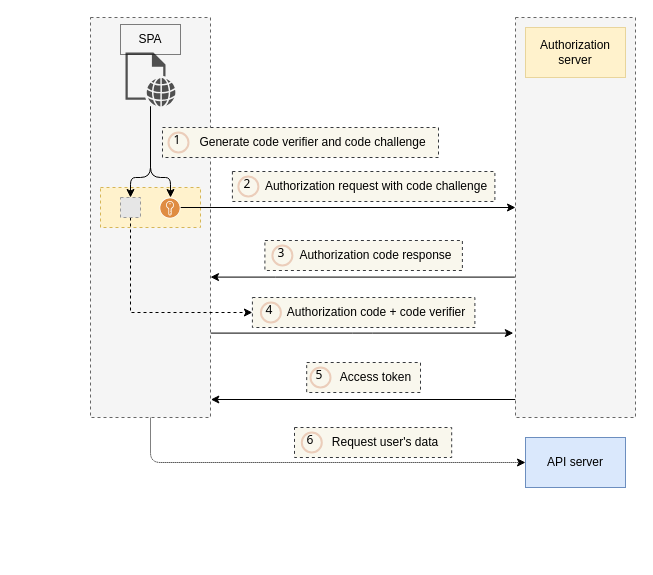
abunuwas/microservices-apis-img keeps this draw.io diagram as page "11.2" (2 of 15) of ch11.drawio. Above is the earlier version. Source tidied: cells renumbered, new cells numbered last; positions are measured from the earlier drawing's top-left corner, leaving out a move shared by most shapes. Both pictures are drawn from the tidied source at 100%, with x=0, y=0 at pixel (90, 17). Pictures stored in the file or linked from it are replaced by grey dashed boxes.
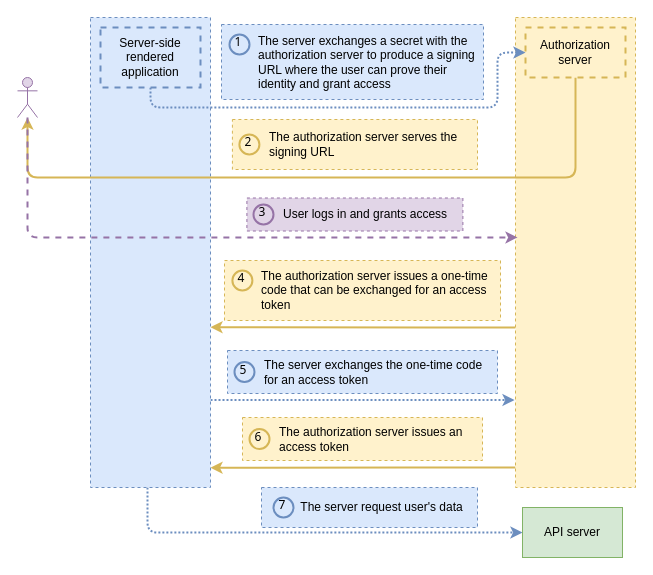
The same page after the edit.

Change to the diagram source:
```diff
@@
-    <mxCell id="2" style="edgeStyle=orthogonalEdgeStyle;rounded=0;jettySize=auto;html=1;entryX=1.003;entryY=0.955;entryDx=0;entryDy=0;entryPerimeter=0;" parent="1" edge="1" source="3" target="6">
-      <mxGeometry relative="1" as="geometry">
-        <Array as="points">
-          <mxPoint x="120" y="381" />
-        </Array>
-      </mxGeometry>
-    </mxCell>
+    <mxCell id="31" style="edgeStyle=orthogonalEdgeStyle;rounded=1;jettySize=auto;html=1;entryX=1;entryY=0.659;entryDx=0;entryDy=0;entryPerimeter=0;strokeColor=#d6b656;strokeWidth=2;fillColor=#fff2cc;" parent="1" edge="1" source="3" target="6">
+      <mxGeometry relative="1" as="geometry">
+        <Array as="points">
+          <mxPoint x="347" y="310" />
+          <mxPoint x="347" y="310" />
+        </Array>
+      </mxGeometry>
+    </mxCell>
+    <mxCell id="32" style="edgeStyle=orthogonalEdgeStyle;rounded=1;jettySize=auto;html=1;entryX=1;entryY=0.958;entryDx=0;entryDy=0;entryPerimeter=0;strokeColor=#d6b656;strokeWidth=2;fillColor=#fff2cc;" parent="1" edge="1" source="3" target="6">
+      <mxGeometry relative="1" as="geometry">
+        <Array as="points">
+          <mxPoint x="327" y="450" />
+          <mxPoint x="327" y="450" />
+        </Array>
+      </mxGeometry>
+    </mxCell>
-    <mxCell id="3" style="rounded=0;whiteSpace=wrap;html=1;strokeColor=#666666;dashed=1;fillColor=#f5f5f5;fontColor=#333333;" parent="1" vertex="1">
-      <mxGeometry x="425" width="120" height="400" as="geometry" />
+    <mxCell id="3" style="rounded=0;whiteSpace=wrap;html=1;strokeColor=#d6b656;dashed=1;fillColor=#fff2cc;" parent="1" vertex="1">
+      <mxGeometry x="425" width="120" height="470" as="geometry" />
     </mxCell>
-    <mxCell id="4" style="edgeStyle=orthogonalEdgeStyle;rounded=1;jettySize=auto;html=1;entryX=0;entryY=0.5;entryDx=0;entryDy=0;dashed=1;dashPattern=1 1;" parent="1" edge="1" source="6" target="13">
+    <mxCell id="4" style="edgeStyle=orthogonalEdgeStyle;rounded=1;jettySize=auto;html=1;entryX=0;entryY=0.5;entryDx=0;entryDy=0;fillColor=#dae8fc;strokeColor=#6c8ebf;strokeWidth=2;dashed=1;dashPattern=1 1;" parent="1" edge="1" target="13">
       <mxGeometry relative="1" as="geometry">
+        <mxPoint x="57" y="470" as="sourcePoint" />
         <Array as="points">
-          <mxPoint x="60" y="445" />
+          <mxPoint x="57" y="515" />
         </Array>
       </mxGeometry>
     </mxCell>
-    <mxCell id="5" style="edgeStyle=orthogonalEdgeStyle;rounded=1;jettySize=auto;html=1;entryX=-0.018;entryY=0.789;entryDx=0;entryDy=0;entryPerimeter=0;" parent="1" edge="1" source="6" target="3">
+    <mxCell id="5" style="edgeStyle=orthogonalEdgeStyle;rounded=1;jettySize=auto;html=1;entryX=-0.008;entryY=0.814;entryDx=0;entryDy=0;entryPerimeter=0;strokeColor=#6c8ebf;strokeWidth=2;fillColor=#dae8fc;dashed=1;dashPattern=1 1;" parent="1" edge="1" source="6" target="3">
       <mxGeometry relative="1" as="geometry">
         <Array as="points">
-          <mxPoint x="272" y="316" />
+          <mxPoint x="272" y="383" />
         </Array>
       </mxGeometry>
     </mxCell>
-    <mxCell id="6" style="rounded=0;whiteSpace=wrap;html=1;strokeColor=#666666;dashed=1;fillColor=#f5f5f5;fontColor=#333333;" parent="1" vertex="1">
-      <mxGeometry width="120" height="400" as="geometry" />
+    <mxCell id="6" style="rounded=0;whiteSpace=wrap;html=1;strokeColor=#6c8ebf;dashed=1;fillColor=#dae8fc;" parent="1" vertex="1">
+      <mxGeometry width="120" height="470" as="geometry" />
     </mxCell>
-    <mxCell id="7" style="rounded=0;whiteSpace=wrap;html=1;dashed=1;fillColor=#fff2cc;strokeColor=#d6b656;" parent="1" vertex="1">
-      <mxGeometry x="10" y="170" width="100" height="40" as="geometry" />
-    </mxCell>
-    <mxCell id="8" style="edgeStyle=orthogonalEdgeStyle;rounded=1;jettySize=auto;html=1;" parent="1" edge="1" source="10" target="17">
-      <mxGeometry relative="1" as="geometry">
-        <Array as="points">
-          <mxPoint x="60" y="160" />
-          <mxPoint x="40" y="160" />
-        </Array>
-      </mxGeometry>
-    </mxCell>
-    <mxCell id="9" style="edgeStyle=orthogonalEdgeStyle;rounded=1;jettySize=auto;html=1;" parent="1" edge="1" source="10" target="15">
-      <mxGeometry relative="1" as="geometry">
-        <Array as="points">
-          <mxPoint x="60" y="160" />
-          <mxPoint x="80" y="160" />
-        </Array>
-      </mxGeometry>
-    </mxCell>
-    <mxCell id="10" style="sketch=0;shadow=0;dashed=0;html=1;strokeColor=none;fillColor=#505050;labelPosition=center;verticalLabelPosition=bottom;verticalAlign=top;outlineConnect=0;align=center;shape=mxgraph.office.concepts.web_page;" parent="1" vertex="1">
-      <mxGeometry x="35" y="35" width="50" height="54" as="geometry" />
-    </mxCell>
-    <mxCell id="11" style="edgeStyle=orthogonalEdgeStyle;rounded=0;jettySize=auto;html=1;exitX=-0.005;exitY=0.649;exitDx=0;exitDy=0;exitPerimeter=0;" parent="1" edge="1" source="3" target="6">
-      <mxGeometry relative="1" as="geometry">
-        <Array as="points">
-          <mxPoint x="185" y="260" />
-          <mxPoint x="185" y="260" />
-        </Array>
-      </mxGeometry>
-    </mxCell>
+    <mxCell id="33" style="edgeStyle=orthogonalEdgeStyle;rounded=1;jettySize=auto;html=1;strokeColor=#d6b656;strokeWidth=2;fillColor=#fff2cc;" parent="1" edge="1" source="12" target="35">
+      <mxGeometry relative="1" as="geometry">
+        <Array as="points">
+          <mxPoint x="485" y="160" />
+          <mxPoint x="-63" y="160" />
+        </Array>
+      </mxGeometry>
+    </mxCell>
-    <mxCell id="12" value="Authorization server" style="rounded=0;whiteSpace=wrap;html=1;dashed=1;dashPattern=1 1;fillColor=#fff2cc;strokeColor=#d6b656;" parent="1" vertex="1">
+    <mxCell id="12" value="Authorization server" style="rounded=0;whiteSpace=wrap;html=1;dashed=1;fillColor=#fff2cc;strokeColor=#d6b656;strokeWidth=2;" parent="1" vertex="1">
       <mxGeometry x="435" y="10" width="100" height="50" as="geometry" />
     </mxCell>
-    <mxCell id="13" value="API server" style="rounded=0;whiteSpace=wrap;html=1;fillColor=#dae8fc;strokeColor=#6c8ebf;" parent="1" vertex="1">
-      <mxGeometry x="435" y="420" width="100" height="50" as="geometry" />
+    <mxCell id="13" value="API server" style="rounded=0;whiteSpace=wrap;html=1;fillColor=#d5e8d4;strokeColor=#82b366;" parent="1" vertex="1">
+      <mxGeometry x="432" y="490" width="100" height="50" as="geometry" />
     </mxCell>
-    <mxCell id="14" style="edgeStyle=orthogonalEdgeStyle;rounded=0;jettySize=auto;html=1;" parent="1" edge="1" source="15">
-      <mxGeometry relative="1" as="geometry">
-        <mxPoint x="425" y="190" as="targetPoint" />
-      </mxGeometry>
-    </mxCell>
-    <mxCell id="15" style="sketch=0;shadow=0;dashed=0;html=1;strokeColor=none;fillColor=#DF8C42;labelPosition=center;verticalLabelPosition=bottom;verticalAlign=top;align=center;outlineConnect=0;shape=mxgraph.veeam2.encrypted;" parent="1" vertex="1">
-      <mxGeometry x="69" y="180" width="21" height="21" as="geometry" />
-    </mxCell>
-    <mxCell id="16" style="edgeStyle=orthogonalEdgeStyle;rounded=0;jettySize=auto;html=1;entryX=0;entryY=0.5;entryDx=0;entryDy=0;dashed=1;" parent="1" edge="1" source="17" target="25">
-      <mxGeometry relative="1" as="geometry">
-        <Array as="points">
-          <mxPoint x="40" y="295" />
-        </Array>
-      </mxGeometry>
-    </mxCell>
-    <mxCell id="17" style="fillColor=#E6E6E6;strokeColor=#999999;dashed=1;html=1;verticalAlign=top;verticalLabelPosition=bottom;labelBackgroundColor=#ffffff;" parent="1" vertex="1">
-      <mxGeometry x="30" y="180" width="20" height="20" as="geometry" />
-    </mxCell>
-    <mxCell id="18" value="SPA" style="text;html=1;strokeColor=default;fillColor=none;align=center;verticalAlign=middle;whiteSpace=wrap;rounded=0;dashed=1;dashPattern=1 1;" parent="1" vertex="1">
-      <mxGeometry x="30" y="7" width="60" height="30" as="geometry" />
-    </mxCell>
-    <mxCell id="19" value="Generate code verifier and code challenge" style="text;html=1;strokeColor=#36393d;fillColor=#f9f7ed;align=center;verticalAlign=middle;whiteSpace=wrap;rounded=0;dashed=1;spacingLeft=25;" parent="1" vertex="1">
-      <mxGeometry x="72" y="110" width="276" height="30" as="geometry" />
+    <mxCell id="19" value="&lt;span style=&quot;&quot;&gt;The server exchanges a secret with the authorization server to produce a signing URL where the user can prove their identity and grant access&lt;/span&gt;" style="text;html=1;strokeColor=#6c8ebf;fillColor=#dae8fc;align=left;verticalAlign=middle;whiteSpace=wrap;rounded=0;dashed=1;spacingLeft=35;" parent="1" vertex="1">
+      <mxGeometry x="131" y="7" width="262" height="75" as="geometry" />
     </mxCell>
-    <mxCell id="20" value="1" style="ellipse;whiteSpace=wrap;html=1;strokeWidth=2;fontFamily=Tahoma;spacingBottom=4;spacingRight=2;strokeColor=#EBCDBA;fillColor=#f9f7ed;" parent="1" vertex="1">
-      <mxGeometry x="78" y="115" width="20" height="20" as="geometry" />
+    <mxCell id="20" value="1" style="ellipse;whiteSpace=wrap;html=1;strokeWidth=2;fontFamily=Tahoma;spacingBottom=4;spacingRight=2;strokeColor=#6c8ebf;fillColor=#dae8fc;" parent="1" vertex="1">
+      <mxGeometry x="139" y="17" width="20" height="20" as="geometry" />
     </mxCell>
-    <mxCell id="21" value="Authorization request with code challenge" style="text;html=1;strokeColor=#36393d;fillColor=#f9f7ed;align=center;verticalAlign=middle;whiteSpace=wrap;rounded=0;dashed=1;spacingLeft=25;" parent="1" vertex="1">
-      <mxGeometry x="141.9" y="154" width="262.5" height="30" as="geometry" />
+    <mxCell id="21" value="&lt;span style=&quot;text-align: center;&quot;&gt;The authorization server serves the signing URL&lt;/span&gt;" style="text;html=1;strokeColor=#d6b656;fillColor=#fff2cc;align=left;verticalAlign=middle;whiteSpace=wrap;rounded=0;dashed=1;spacingLeft=35;spacingRight=10;" parent="1" vertex="1">
+      <mxGeometry x="141.9" y="102" width="245.1" height="50" as="geometry" />
     </mxCell>
-    <mxCell id="22" value="2" style="ellipse;whiteSpace=wrap;html=1;strokeWidth=2;fontFamily=Tahoma;spacingBottom=4;spacingRight=2;strokeColor=#EBCDBA;fillColor=#f9f7ed;" parent="1" vertex="1">
-      <mxGeometry x="147.9" y="159" width="20" height="20" as="geometry" />
+    <mxCell id="22" value="2" style="ellipse;whiteSpace=wrap;html=1;strokeWidth=2;fontFamily=Tahoma;spacingBottom=4;spacingRight=2;strokeColor=#d6b656;fillColor=#fff2cc;" parent="1" vertex="1">
+      <mxGeometry x="148.9" y="117" width="20" height="20" as="geometry" />
     </mxCell>
-    <mxCell id="23" value="Authorization code response" style="text;html=1;strokeColor=#36393d;fillColor=#f9f7ed;align=center;verticalAlign=middle;whiteSpace=wrap;rounded=0;dashed=1;spacingLeft=25;" parent="1" vertex="1">
-      <mxGeometry x="174.4" y="223" width="197.5" height="30" as="geometry" />
-    </mxCell>
+    <mxCell id="29" value="The server request user's data" style="text;html=1;strokeColor=#6c8ebf;fillColor=#dae8fc;align=center;verticalAlign=middle;whiteSpace=wrap;rounded=0;dashed=1;spacingLeft=25;" parent="1" vertex="1">
+      <mxGeometry x="171" y="470" width="216" height="40" as="geometry" />
+    </mxCell>
+    <mxCell id="34" style="edgeStyle=orthogonalEdgeStyle;rounded=1;jettySize=auto;html=1;entryX=0.017;entryY=0.468;entryDx=0;entryDy=0;entryPerimeter=0;strokeColor=#9673a6;strokeWidth=2;fillColor=#e1d5e7;dashed=1;" parent="1" edge="1" source="35" target="3">
+      <mxGeometry relative="1" as="geometry">
+        <Array as="points">
+          <mxPoint x="-63" y="220" />
+        </Array>
+      </mxGeometry>
+    </mxCell>
+    <mxCell id="35" style="shape=umlActor;verticalLabelPosition=bottom;verticalAlign=top;html=1;outlineConnect=0;strokeColor=#9673a6;strokeWidth=1;fillColor=#e1d5e7;" parent="1" vertex="1">
+      <mxGeometry x="-73" y="60" width="20" height="40" as="geometry" />
+    </mxCell>
+    <mxCell id="36" value="&lt;span style=&quot;&quot;&gt;User logs in and grants access&lt;/span&gt;" style="text;html=1;strokeColor=#9673a6;fillColor=#e1d5e7;align=left;verticalAlign=middle;whiteSpace=wrap;rounded=0;dashed=1;spacingLeft=35;spacingRight=10;" parent="1" vertex="1">
+      <mxGeometry x="156.4" y="180.5" width="216" height="33" as="geometry" />
+    </mxCell>
+    <mxCell id="37" value="&lt;span style=&quot;&quot;&gt;The authorization server issues a one-time code that can be exchanged for an access token&lt;/span&gt;" style="text;html=1;strokeColor=#d6b656;fillColor=#fff2cc;align=left;verticalAlign=middle;whiteSpace=wrap;rounded=0;dashed=1;spacingLeft=35;spacingRight=10;" parent="1" vertex="1">
+      <mxGeometry x="134" y="243" width="276" height="60" as="geometry" />
+    </mxCell>
+    <mxCell id="38" value="&lt;span style=&quot;&quot;&gt;The server exchanges the one-time code for an access token&lt;/span&gt;" style="text;html=1;strokeColor=#6c8ebf;fillColor=#dae8fc;align=left;verticalAlign=middle;whiteSpace=wrap;rounded=0;dashed=1;spacingLeft=35;spacingRight=10;" parent="1" vertex="1">
+      <mxGeometry x="137" y="333" width="270" height="43" as="geometry" />
+    </mxCell>
+    <mxCell id="39" value="&lt;span style=&quot;&quot;&gt;The authorization server issues an access token&lt;/span&gt;" style="text;html=1;strokeColor=#d6b656;fillColor=#fff2cc;align=left;verticalAlign=middle;whiteSpace=wrap;rounded=0;dashed=1;spacingLeft=35;spacingRight=10;" parent="1" vertex="1">
+      <mxGeometry x="152" y="400" width="240" height="43" as="geometry" />
+    </mxCell>
+    <mxCell id="40" style="edgeStyle=orthogonalEdgeStyle;rounded=1;jettySize=auto;html=1;strokeColor=#6c8ebf;strokeWidth=2;fillColor=#dae8fc;dashed=1;dashPattern=1 1;" parent="1" edge="1" source="41" target="12">
+      <mxGeometry relative="1" as="geometry">
+        <Array as="points">
+          <mxPoint x="60" y="90" />
+          <mxPoint x="407" y="90" />
+          <mxPoint x="407" y="35" />
+        </Array>
+      </mxGeometry>
+    </mxCell>
+    <mxCell id="41" value="Server-side rendered application" style="rounded=0;whiteSpace=wrap;html=1;dashed=1;fillColor=#dae8fc;strokeColor=#6c8ebf;strokeWidth=2;" parent="1" vertex="1">
+      <mxGeometry x="10" y="10" width="100" height="60" as="geometry" />
+    </mxCell>
-    <mxCell id="24" value="3" style="ellipse;whiteSpace=wrap;html=1;strokeWidth=2;fontFamily=Tahoma;spacingBottom=4;spacingRight=2;strokeColor=#EBCDBA;fillColor=#f9f7ed;" parent="1" vertex="1">
-      <mxGeometry x="181.9" y="228" width="20" height="20" as="geometry" />
+    <mxCell id="24" value="3" style="ellipse;whiteSpace=wrap;html=1;strokeWidth=2;fontFamily=Tahoma;spacingBottom=4;spacingRight=2;strokeColor=#9673a6;fillColor=#e1d5e7;" parent="1" vertex="1">
+      <mxGeometry x="163" y="187" width="20" height="20" as="geometry" />
     </mxCell>
-    <mxCell id="25" value="Authorization code + code verifier" style="text;html=1;strokeColor=#36393d;fillColor=#f9f7ed;align=center;verticalAlign=middle;whiteSpace=wrap;rounded=0;dashed=1;spacingLeft=25;" parent="1" vertex="1">
-      <mxGeometry x="161.9" y="280" width="222.5" height="30" as="geometry" />
-    </mxCell>
-    <mxCell id="26" value="4" style="ellipse;whiteSpace=wrap;html=1;strokeWidth=2;fontFamily=Tahoma;spacingBottom=4;spacingRight=2;strokeColor=#EBCDBA;fillColor=#f9f7ed;" parent="1" vertex="1">
-      <mxGeometry x="170.4" y="285" width="20" height="20" as="geometry" />
+    <mxCell id="26" value="4" style="ellipse;whiteSpace=wrap;html=1;strokeWidth=2;fontFamily=Tahoma;spacingBottom=4;spacingRight=2;strokeColor=#d6b656;fillColor=#fff2cc;" parent="1" vertex="1">
+      <mxGeometry x="141.9" y="253" width="20" height="20" as="geometry" />
     </mxCell>
-    <mxCell id="27" value="Access token" style="text;html=1;strokeColor=#36393d;fillColor=#f9f7ed;align=center;verticalAlign=middle;whiteSpace=wrap;rounded=0;dashed=1;spacingLeft=25;" parent="1" vertex="1">
-      <mxGeometry x="216.2" y="345" width="113.8" height="30" as="geometry" />
-    </mxCell>
-    <mxCell id="28" value="5" style="ellipse;whiteSpace=wrap;html=1;strokeWidth=2;fontFamily=Tahoma;spacingBottom=4;spacingRight=2;strokeColor=#EBCDBA;fillColor=#f9f7ed;" parent="1" vertex="1">
-      <mxGeometry x="220" y="350" width="20" height="20" as="geometry" />
+    <mxCell id="28" value="5" style="ellipse;whiteSpace=wrap;html=1;strokeWidth=2;fontFamily=Tahoma;spacingBottom=4;spacingRight=2;strokeColor=#6c8ebf;fillColor=#dae8fc;" parent="1" vertex="1">
+      <mxGeometry x="144" y="344.5" width="20" height="20" as="geometry" />
     </mxCell>
-    <mxCell id="29" value="Request user's data" style="text;html=1;strokeColor=#36393d;fillColor=#f9f7ed;align=center;verticalAlign=middle;whiteSpace=wrap;rounded=0;dashed=1;spacingLeft=25;" parent="1" vertex="1">
-      <mxGeometry x="204" y="410" width="157.2" height="30" as="geometry" />
-    </mxCell>
-    <mxCell id="30" value="6" style="ellipse;whiteSpace=wrap;html=1;strokeWidth=2;fontFamily=Tahoma;spacingBottom=4;spacingRight=2;strokeColor=#EBCDBA;fillColor=#f9f7ed;" parent="1" vertex="1">
-      <mxGeometry x="211.3" y="415" width="20" height="20" as="geometry" />
+    <mxCell id="30" value="6" style="ellipse;whiteSpace=wrap;html=1;strokeWidth=2;fontFamily=Tahoma;spacingBottom=4;spacingRight=2;strokeColor=#d6b656;fillColor=#fff2cc;" parent="1" vertex="1">
+      <mxGeometry x="159" y="411.5" width="20" height="20" as="geometry" />
     </mxCell>
+    <mxCell id="42" value="7" style="ellipse;whiteSpace=wrap;html=1;strokeWidth=2;fontFamily=Tahoma;spacingBottom=4;spacingRight=2;strokeColor=#6c8ebf;fillColor=#dae8fc;" parent="1" vertex="1">
+      <mxGeometry x="183" y="480" width="20" height="20" as="geometry" />
+    </mxCell>
```
